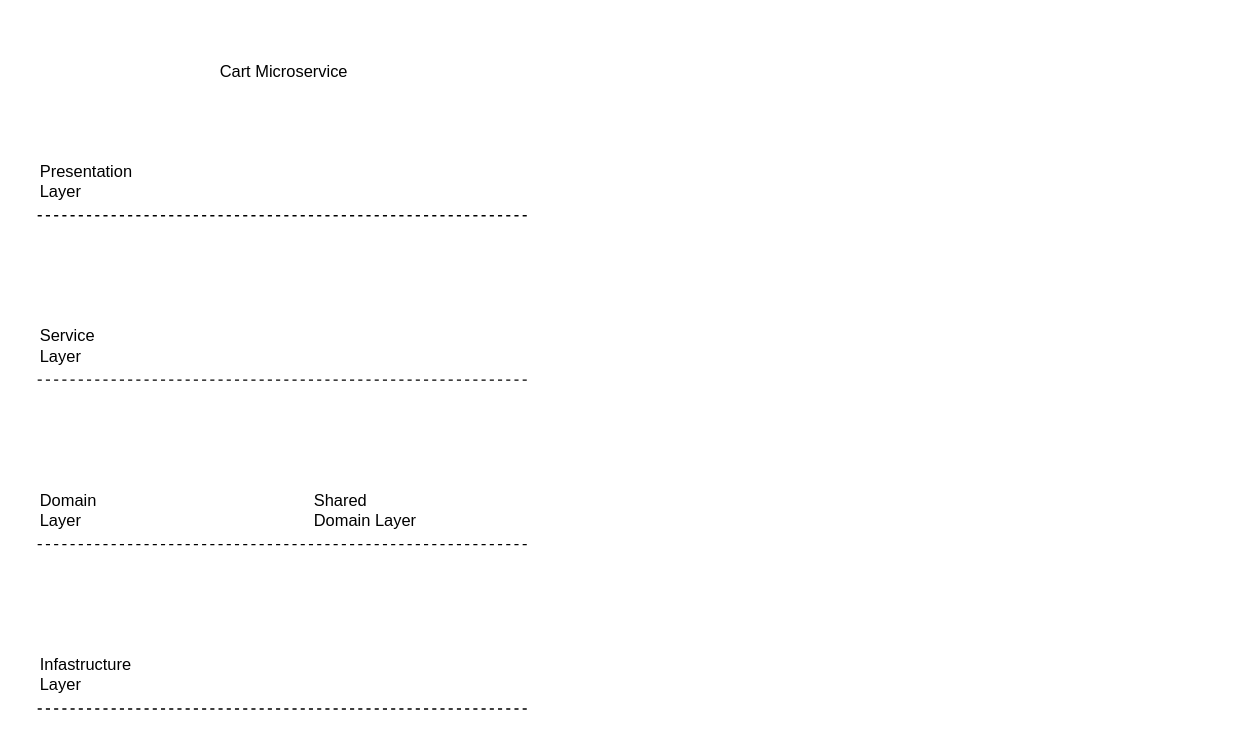
Above: layeredArchitecture.drawio in aks805/318Diagrams (draw.io), before the change. Source tidied: cells renumbered, new cells numbered last; positions are measured from the earlier drawing's top-left corner, leaving out a move shared by most shapes. Both pictures are drawn from the tidied source at 137%, with x=0, y=0 at pixel (37, 51).
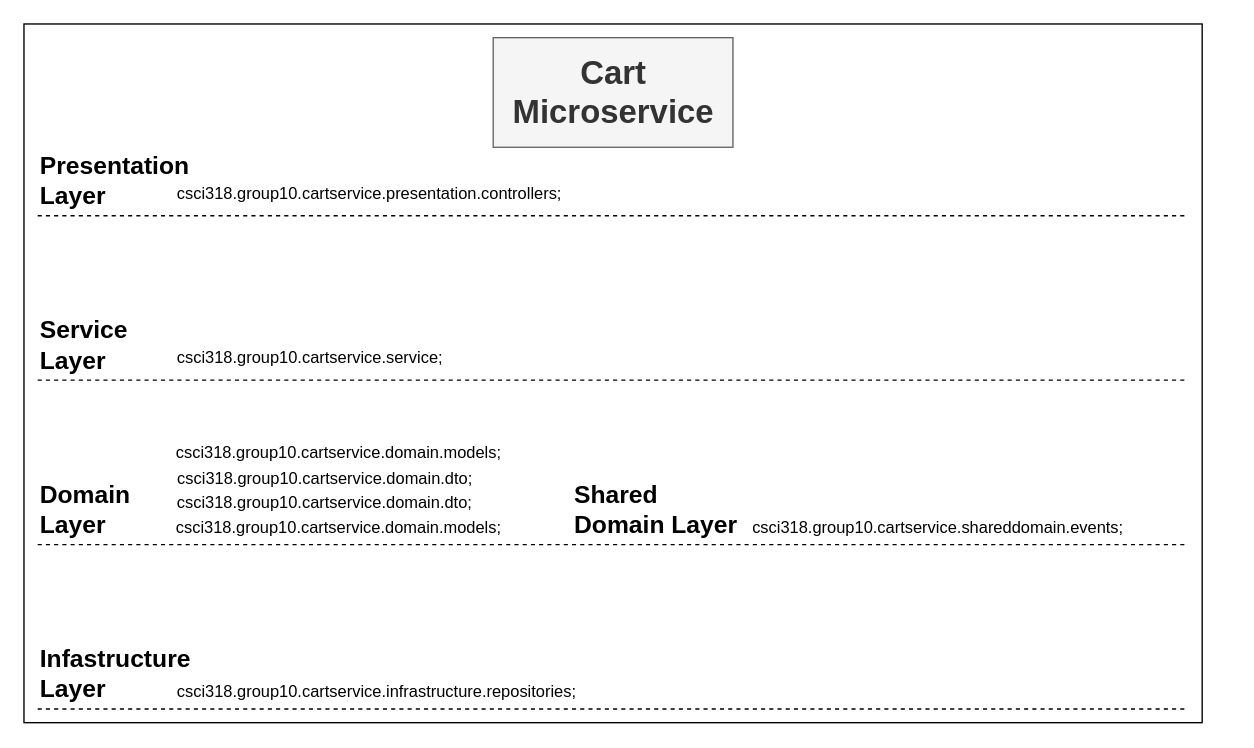
Above is the later version.

The edit, as a diff of the source:
```diff
@@
+    <mxCell id="12" style="rounded=0;whiteSpace=wrap;html=1;" parent="1" vertex="1">
+      <mxGeometry x="-10" y="-20" width="860" height="510" as="geometry" />
+    </mxCell>
-    <mxCell id="2" value="Cart Microservice" style="text;html=1;align=center;verticalAlign=middle;whiteSpace=wrap;rounded=0;" parent="1" vertex="1">
-      <mxGeometry x="120" width="120" height="30" as="geometry" />
+    <mxCell id="2" value="&lt;h1&gt;Cart Microservice&lt;/h1&gt;" style="text;html=1;align=center;verticalAlign=middle;whiteSpace=wrap;rounded=0;fillColor=#f5f5f5;strokeColor=#666666;fontColor=#333333;" parent="1" vertex="1">
+      <mxGeometry x="332.5" y="-10" width="175" height="80" as="geometry" />
     </mxCell>
     <mxCell id="3" style="endArrow=none;html=1;rounded=0;fixDash=1;curved=0;dashed=1;" parent="1" edge="1">
       <mxGeometry relative="1" as="geometry">
         <mxPoint y="120" as="sourcePoint" />
-        <mxPoint x="360" y="120" as="targetPoint" />
+        <mxPoint x="840" y="120" as="targetPoint" />
       </mxGeometry>
     </mxCell>
     <mxCell id="4" style="endArrow=none;html=1;rounded=0;dashed=1;" parent="1" edge="1">
       <mxGeometry relative="1" as="geometry">
         <mxPoint y="240" as="sourcePoint" />
-        <mxPoint x="360" y="240" as="targetPoint" />
+        <mxPoint x="840" y="240" as="targetPoint" />
       </mxGeometry>
     </mxCell>
     <mxCell id="5" style="endArrow=none;html=1;rounded=0;dashed=1;" parent="1" edge="1">
       <mxGeometry relative="1" as="geometry">
         <mxPoint y="360" as="sourcePoint" />
-        <mxPoint x="360" y="360" as="targetPoint" />
+        <mxPoint x="840" y="360" as="targetPoint" />
       </mxGeometry>
     </mxCell>
-    <mxCell id="6" value="Presentation Layer" style="text;html=1;align=left;verticalAlign=middle;whiteSpace=wrap;rounded=0;" parent="1" vertex="1">
+    <mxCell id="6" value="&lt;h2&gt;Presentation Layer&lt;/h2&gt;" style="text;html=1;align=left;verticalAlign=middle;whiteSpace=wrap;rounded=0;" parent="1" vertex="1">
       <mxGeometry y="80" width="60" height="30" as="geometry" />
     </mxCell>
-    <mxCell id="7" value="Service Layer" style="text;html=1;align=left;verticalAlign=middle;whiteSpace=wrap;rounded=0;" parent="1" vertex="1">
+    <mxCell id="7" value="&lt;h2&gt;Service Layer&lt;/h2&gt;" style="text;html=1;align=left;verticalAlign=middle;whiteSpace=wrap;rounded=0;" parent="1" vertex="1">
       <mxGeometry y="200" width="60" height="30" as="geometry" />
     </mxCell>
-    <mxCell id="8" value="Domain Layer" style="text;html=1;align=left;verticalAlign=middle;whiteSpace=wrap;rounded=0;" parent="1" vertex="1">
+    <mxCell id="8" value="&lt;h2&gt;Domain Layer&lt;/h2&gt;" style="text;html=1;align=left;verticalAlign=middle;whiteSpace=wrap;rounded=0;" parent="1" vertex="1">
       <mxGeometry y="320" width="60" height="30" as="geometry" />
     </mxCell>
-    <mxCell id="9" value="Infastructure Layer" style="text;html=1;align=left;verticalAlign=middle;whiteSpace=wrap;rounded=0;" parent="1" vertex="1">
+    <mxCell id="9" value="&lt;h2&gt;Infastructure Layer&lt;/h2&gt;" style="text;html=1;align=left;verticalAlign=middle;whiteSpace=wrap;rounded=0;" parent="1" vertex="1">
       <mxGeometry y="440" width="60" height="30" as="geometry" />
     </mxCell>
     <mxCell id="10" style="endArrow=none;html=1;rounded=0;dashed=1;" parent="1" edge="1">
       <mxGeometry relative="1" as="geometry">
         <mxPoint y="480" as="sourcePoint" />
-        <mxPoint x="360" y="480" as="targetPoint" />
+        <mxPoint x="840" y="480" as="targetPoint" />
       </mxGeometry>
     </mxCell>
-    <mxCell id="11" value="Shared Domain Layer" style="text;html=1;align=left;verticalAlign=middle;whiteSpace=wrap;rounded=0;" parent="1" vertex="1">
-      <mxGeometry x="200" y="320" width="80" height="30" as="geometry" />
+    <mxCell id="11" value="&lt;h2&gt;Shared Domain Layer&lt;/h2&gt;" style="text;html=1;align=left;verticalAlign=middle;whiteSpace=wrap;rounded=0;" parent="1" vertex="1">
+      <mxGeometry x="390" y="320" width="130" height="30" as="geometry" />
     </mxCell>
+    <mxCell id="13" value="&lt;div style=&quot;&quot;&gt;csci318.group10.cartservice.infrastructure.repositories;&lt;/div&gt;&lt;div&gt;&lt;br&gt;&lt;/div&gt;" style="text;html=1;align=left;verticalAlign=middle;whiteSpace=wrap;rounded=0;" parent="1" vertex="1">
+      <mxGeometry x="100" y="460" width="60" height="30" as="geometry" />
+    </mxCell>
+    <mxCell id="14" value="csci318.group10.cartservice.domain.dto;" style="text;html=1;align=left;verticalAlign=middle;whiteSpace=wrap;rounded=0;" parent="1" vertex="1">
+      <mxGeometry x="100" y="315" width="60" height="30" as="geometry" />
+    </mxCell>
+    <mxCell id="15" value="&lt;div style=&quot;text-align: left;&quot;&gt;csci318.group10.cartservice.domain.dto;&lt;/div&gt;&lt;div&gt;&lt;br&gt;&lt;/div&gt;" style="text;html=1;align=center;verticalAlign=middle;whiteSpace=wrap;rounded=0;" parent="1" vertex="1">
+      <mxGeometry x="180" y="304" width="60" height="30" as="geometry" />
+    </mxCell>
+    <mxCell id="16" value="&lt;div style=&quot;text-align: left;&quot;&gt;csci318.group10.cartservice.domain.models;&lt;/div&gt;&lt;div&gt;&lt;br&gt;&lt;/div&gt;" style="text;html=1;align=center;verticalAlign=middle;whiteSpace=wrap;rounded=0;" parent="1" vertex="1">
+      <mxGeometry x="190" y="340" width="60" height="30" as="geometry" />
+    </mxCell>
+    <mxCell id="17" value="&lt;div style=&quot;text-align: left;&quot;&gt;csci318.group10.cartservice.domain.models;&lt;/div&gt;&lt;div&gt;&lt;br&gt;&lt;/div&gt;" style="text;html=1;align=center;verticalAlign=middle;whiteSpace=wrap;rounded=0;" parent="1" vertex="1">
+      <mxGeometry x="190" y="285" width="60" height="30" as="geometry" />
+    </mxCell>
+    <mxCell id="18" value="csci318.group10.cartservice.shareddomain.events;" style="text;whiteSpace=wrap;" parent="1" vertex="1">
+      <mxGeometry x="520" y="334" width="350" height="26" as="geometry" />
+    </mxCell>
+    <mxCell id="19" value="csci318.group10.cartservice.service;" style="text;whiteSpace=wrap;" parent="1" vertex="1">
+      <mxGeometry x="100" y="210" width="280" height="20" as="geometry" />
+    </mxCell>
+    <mxCell id="20" value="csci318.group10.cartservice.presentation.controllers;" style="text;whiteSpace=wrap;" parent="1" vertex="1">
+      <mxGeometry x="100" y="90" width="360" height="40" as="geometry" />
+    </mxCell>
```
